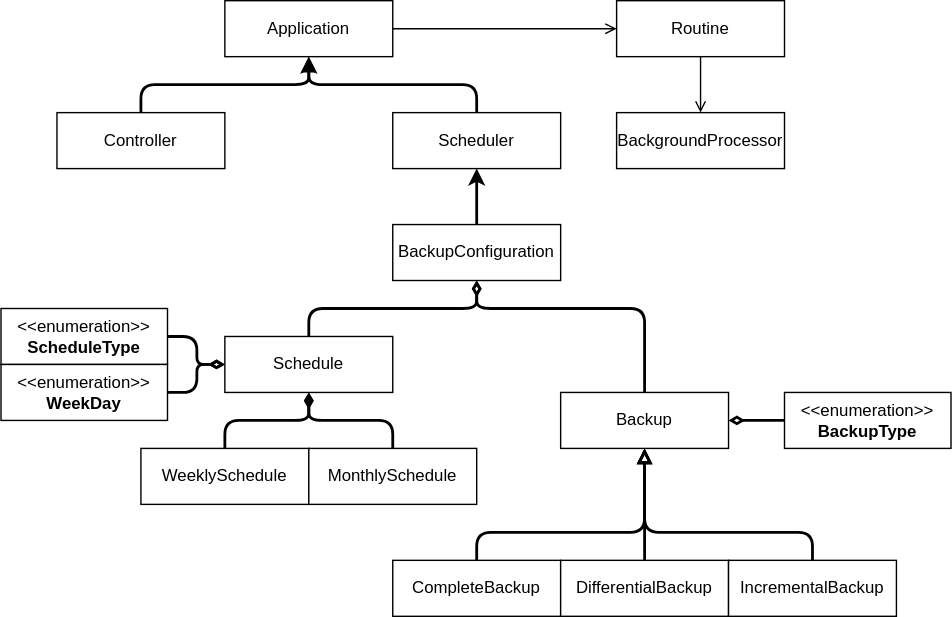
Before: diagrams/classes.drawio.svg, a diagram exported from draw.io (MickTK/BackupSystem). Source tidied: cells renumbered, new cells last; positions are measured from the earlier drawing's top-left corner, leaving out a move shared by most shapes.
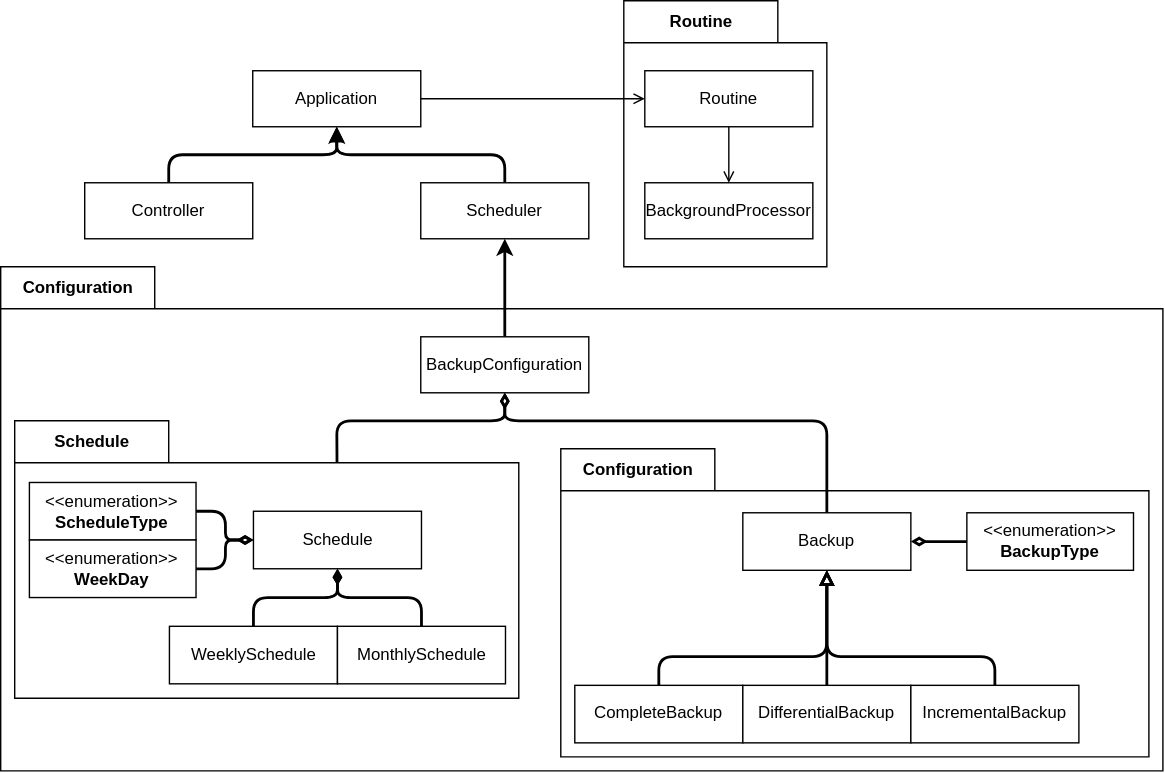
The same file after the commit.

What changed in the source:
```diff
@@ -2,6 +2,25 @@
   <root>
     <mxCell id="0" />
     <mxCell id="1" parent="0" />
+    <mxCell id="33" value="Configuration" style="shape=folder;fontStyle=1;tabWidth=110;tabHeight=30;tabPosition=left;html=1;boundedLbl=1;labelInHeader=1;" parent="1" vertex="1">
+      <mxGeometry x="-20" y="140" width="830" height="360" as="geometry" />
+    </mxCell>
+    <mxCell id="34" value="Configuration" style="shape=folder;fontStyle=1;tabWidth=110;tabHeight=30;tabPosition=left;html=1;boundedLbl=1;labelInHeader=1;" parent="1" vertex="1">
+      <mxGeometry x="380" y="270" width="420" height="220" as="geometry" />
+    </mxCell>
+    <mxCell id="35" style="html=1;strokeColor=none;fillColor=none;" parent="1" vertex="1">
+      <mxGeometry x="-20" y="170" width="710" height="237.2" as="geometry">
+        <mxPoint y="30" as="offset" />
+      </mxGeometry>
+    </mxCell>
+    <mxCell id="36" value="Routine" style="shape=folder;fontStyle=1;tabWidth=110;tabHeight=30;tabPosition=left;html=1;boundedLbl=1;labelInHeader=1;" parent="1" vertex="1">
+      <mxGeometry x="425" y="-50" width="145" height="190" as="geometry" />
+    </mxCell>
+    <mxCell id="37" style="html=1;strokeColor=none;fillColor=none;" parent="36" vertex="1">
+      <mxGeometry width="145" height="133" relative="1" as="geometry">
+        <mxPoint y="30" as="offset" />
+      </mxGeometry>
+    </mxCell>
     <mxCell id="2" style="edgeStyle=none;html=1;strokeWidth=2;endArrow=block;endFill=1;" parent="1" edge="1" source="3" target="4">
       <mxGeometry relative="1" as="geometry">
         <Array as="points">
@@ -20,30 +39,24 @@
       <mxGeometry relative="1" as="geometry" />
     </mxCell>
     <mxCell id="6" value="BackupConfiguration" style="whiteSpace=wrap;html=1;" parent="1" vertex="1">
-      <mxGeometry x="280" y="160" width="120" height="40" as="geometry" />
+      <mxGeometry x="280" y="190" width="120" height="40" as="geometry" />
     </mxCell>
     <mxCell id="7" style="edgeStyle=none;html=1;endArrow=diamondThin;endFill=0;strokeWidth=2;" parent="1" edge="1" source="8" target="6">
       <mxGeometry relative="1" as="geometry">
         <Array as="points">
-          <mxPoint x="460" y="220" />
-          <mxPoint x="340" y="220" />
+          <mxPoint x="570" y="250" />
+          <mxPoint x="340" y="250" />
         </Array>
       </mxGeometry>
     </mxCell>
-    <mxCell id="8" value="Backup" style="whiteSpace=wrap;html=1;" parent="1" vertex="1">
-      <mxGeometry x="400" y="280" width="120" height="40" as="geometry" />
-    </mxCell>
     <mxCell id="9" style="edgeStyle=none;html=1;endArrow=diamondThin;endFill=0;strokeWidth=2;" parent="1" edge="1" source="10" target="6">
       <mxGeometry relative="1" as="geometry">
         <Array as="points">
-          <mxPoint x="220" y="220" />
-          <mxPoint x="340" y="220" />
+          <mxPoint x="220" y="250" />
+          <mxPoint x="340" y="250" />
         </Array>
       </mxGeometry>
     </mxCell>
-    <mxCell id="10" value="Schedule" style="whiteSpace=wrap;html=1;" parent="1" vertex="1">
-      <mxGeometry x="160" y="240" width="120" height="40" as="geometry" />
-    </mxCell>
     <mxCell id="11" style="edgeStyle=none;html=1;strokeWidth=2;" parent="1" edge="1" source="13" target="4">
       <mxGeometry relative="1" as="geometry">
         <Array as="points">
@@ -58,92 +71,106 @@
     <mxCell id="13" value="Scheduler" style="whiteSpace=wrap;html=1;" parent="1" vertex="1">
       <mxGeometry x="280" y="80" width="120" height="40" as="geometry" />
     </mxCell>
+    <mxCell id="30" style="edgeStyle=none;html=1;endArrow=open;endFill=0;" parent="1" edge="1" source="31" target="32">
+      <mxGeometry relative="1" as="geometry" />
+    </mxCell>
+    <mxCell id="31" value="Routine" style="whiteSpace=wrap;html=1;" parent="1" vertex="1">
+      <mxGeometry x="440" width="120" height="40" as="geometry" />
+    </mxCell>
+    <mxCell id="32" value="BackgroundProcessor" style="whiteSpace=wrap;html=1;" parent="1" vertex="1">
+      <mxGeometry x="440" y="80" width="120" height="40" as="geometry" />
+    </mxCell>
+    <mxCell id="38" value="Schedule" style="shape=folder;fontStyle=1;tabWidth=110;tabHeight=30;tabPosition=left;html=1;boundedLbl=1;labelInHeader=1;" parent="1" vertex="1">
+      <mxGeometry x="-10" y="250" width="360" height="198.1" as="geometry" />
+    </mxCell>
+    <mxCell id="39" style="html=1;strokeColor=none;fillColor=none;" parent="38" vertex="1">
+      <mxGeometry width="360" height="138.68" relative="1" as="geometry">
+        <mxPoint y="30" as="offset" />
+      </mxGeometry>
+    </mxCell>
+    <mxCell id="8" value="Backup" style="whiteSpace=wrap;html=1;" parent="1" vertex="1">
+      <mxGeometry x="510" y="315.7" width="120" height="41.1" as="geometry" />
+    </mxCell>
+    <mxCell id="10" value="Schedule" style="whiteSpace=wrap;html=1;" parent="1" vertex="1">
+      <mxGeometry x="160.5" y="314.6" width="120" height="41.1" as="geometry" />
+    </mxCell>
     <mxCell id="14" style="html=1;strokeWidth=2;endArrow=block;endFill=0;" parent="1" edge="1" source="15" target="8">
       <mxGeometry relative="1" as="geometry">
         <Array as="points">
-          <mxPoint x="340" y="380" />
-          <mxPoint x="460" y="380" />
+          <mxPoint x="450" y="418.4" />
+          <mxPoint x="570" y="418.4" />
         </Array>
       </mxGeometry>
     </mxCell>
     <mxCell id="15" value="CompleteBackup" style="whiteSpace=wrap;html=1;" parent="1" vertex="1">
-      <mxGeometry x="280" y="400" width="120" height="40" as="geometry" />
+      <mxGeometry x="390" y="438.9" width="120" height="41.1" as="geometry" />
     </mxCell>
     <mxCell id="16" style="html=1;strokeWidth=2;endArrow=block;endFill=0;" parent="1" edge="1" source="17" target="8">
       <mxGeometry relative="1" as="geometry" />
     </mxCell>
     <mxCell id="17" value="DifferentialBackup" style="whiteSpace=wrap;html=1;" parent="1" vertex="1">
-      <mxGeometry x="400" y="400" width="120" height="40" as="geometry" />
+      <mxGeometry x="510" y="438.9" width="120" height="41.1" as="geometry" />
     </mxCell>
     <mxCell id="18" style="html=1;strokeWidth=2;endArrow=block;endFill=0;" parent="1" edge="1" source="19" target="8">
       <mxGeometry relative="1" as="geometry">
         <Array as="points">
-          <mxPoint x="580" y="380" />
-          <mxPoint x="460" y="380" />
+          <mxPoint x="690" y="418.4" />
+          <mxPoint x="570" y="418.4" />
         </Array>
       </mxGeometry>
     </mxCell>
     <mxCell id="19" value="IncrementalBackup" style="whiteSpace=wrap;html=1;" parent="1" vertex="1">
-      <mxGeometry x="520" y="400" width="120" height="40" as="geometry" />
+      <mxGeometry x="630" y="438.9" width="120" height="41.1" as="geometry" />
     </mxCell>
     <mxCell id="20" style="edgeStyle=none;html=1;strokeWidth=2;endArrow=diamondThin;endFill=0;" parent="1" edge="1" source="21" target="8">
       <mxGeometry relative="1" as="geometry" />
     </mxCell>
     <mxCell id="21" value="&amp;lt;&amp;lt;enumeration&amp;gt;&amp;gt;&lt;br&gt;&lt;b&gt;BackupType&lt;/b&gt;" style="whiteSpace=wrap;html=1;" parent="1" vertex="1">
-      <mxGeometry x="560" y="280" width="119" height="40" as="geometry" />
+      <mxGeometry x="670" y="315.7" width="119" height="41.1" as="geometry" />
     </mxCell>
     <mxCell id="22" style="edgeStyle=none;html=1;strokeWidth=2;endArrow=diamondThin;endFill=0;" parent="1" edge="1" source="23" target="10">
       <mxGeometry relative="1" as="geometry">
         <Array as="points">
-          <mxPoint x="140" y="240" />
-          <mxPoint x="140" y="260" />
+          <mxPoint x="140.5" y="314.6" />
+          <mxPoint x="140.5" y="335.1" />
         </Array>
       </mxGeometry>
     </mxCell>
     <mxCell id="23" value="&amp;lt;&amp;lt;enumeration&amp;gt;&amp;gt;&lt;br&gt;&lt;b&gt;ScheduleType&lt;/b&gt;" style="whiteSpace=wrap;html=1;" parent="1" vertex="1">
-      <mxGeometry y="220" width="119" height="40" as="geometry" />
+      <mxGeometry x="0.5" y="294.1" width="119" height="41.1" as="geometry" />
     </mxCell>
     <mxCell id="24" style="edgeStyle=none;html=1;strokeWidth=2;endArrow=diamondThin;endFill=0;" parent="1" edge="1" source="25" target="10">
       <mxGeometry relative="1" as="geometry">
         <Array as="points">
-          <mxPoint x="140" y="280" />
-          <mxPoint x="140" y="260" />
+          <mxPoint x="140.5" y="355.7" />
+          <mxPoint x="140.5" y="335.1" />
         </Array>
       </mxGeometry>
     </mxCell>
     <mxCell id="25" value="&amp;lt;&amp;lt;enumeration&amp;gt;&amp;gt;&lt;br&gt;&lt;b&gt;WeekDay&lt;/b&gt;" style="whiteSpace=wrap;html=1;" parent="1" vertex="1">
-      <mxGeometry y="260" width="119" height="40" as="geometry" />
+      <mxGeometry x="0.5" y="335.1" width="119" height="41.1" as="geometry" />
     </mxCell>
     <mxCell id="26" style="html=1;strokeWidth=2;endArrow=diamondThin;endFill=1;" parent="1" edge="1" source="27" target="10">
       <mxGeometry relative="1" as="geometry">
         <Array as="points">
-          <mxPoint x="160" y="300" />
-          <mxPoint x="220" y="300" />
+          <mxPoint x="160.5" y="376.2" />
+          <mxPoint x="220.5" y="376.2" />
         </Array>
       </mxGeometry>
     </mxCell>
     <mxCell id="27" value="WeeklySchedule" style="whiteSpace=wrap;html=1;" parent="1" vertex="1">
-      <mxGeometry x="100" y="320" width="120" height="40" as="geometry" />
+      <mxGeometry x="100.5" y="396.8" width="120" height="41.1" as="geometry" />
     </mxCell>
     <mxCell id="28" style="html=1;strokeWidth=2;endArrow=diamondThin;endFill=1;" parent="1" edge="1" source="29" target="10">
       <mxGeometry relative="1" as="geometry">
         <Array as="points">
-          <mxPoint x="280" y="300" />
-          <mxPoint x="220" y="300" />
+          <mxPoint x="280.5" y="376.2" />
+          <mxPoint x="220.5" y="376.2" />
         </Array>
       </mxGeometry>
     </mxCell>
     <mxCell id="29" value="MonthlySchedule" style="whiteSpace=wrap;html=1;" parent="1" vertex="1">
-      <mxGeometry x="220" y="320" width="120" height="40" as="geometry" />
+      <mxGeometry x="220.5" y="396.8" width="120" height="41.1" as="geometry" />
     </mxCell>
-    <mxCell id="30" style="edgeStyle=none;html=1;endArrow=open;endFill=0;" parent="1" edge="1" source="31" target="32">
-      <mxGeometry relative="1" as="geometry" />
-    </mxCell>
-    <mxCell id="31" value="Routine" style="whiteSpace=wrap;html=1;" parent="1" vertex="1">
-      <mxGeometry x="440" width="120" height="40" as="geometry" />
-    </mxCell>
-    <mxCell id="32" value="BackgroundProcessor" style="whiteSpace=wrap;html=1;" parent="1" vertex="1">
-      <mxGeometry x="440" y="80" width="120" height="40" as="geometry" />
-    </mxCell>
   </root>
 </mxGraphModel>
```
